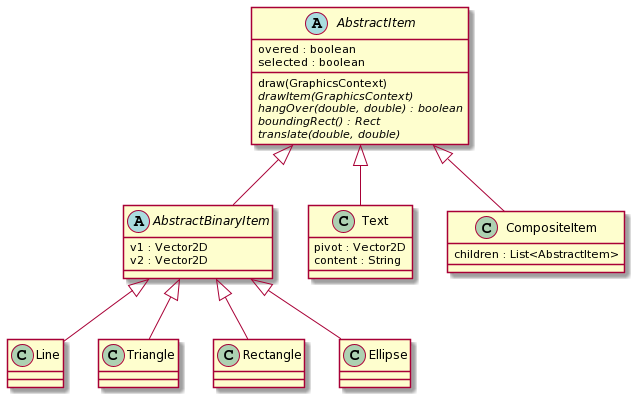
Hoyyyywolf/Images keeps this PlantUML diagram as OOD/item.png. Above is the earlier version. The source it was exported from:
```plantuml
@startuml
abstract class AbstractItem {
overed : boolean
selected : boolean
draw(GraphicsContext)
{abstract} drawItem(GraphicsContext)
{abstract} hangOver(double, double) : boolean
{abstract} boundingRect() : Rect
{abstract} translate(double, double)
}

abstract class AbstractBinaryItem {
v1 : Vector2D
v2 : Vector2D
}

class Text {
pivot : Vector2D
content : String
}

class CompositeItem {
children : List<AbstractItem>
}

AbstractItem <|-- AbstractBinaryItem
AbstractItem <|-- Text
AbstractItem <|-- CompositeItem
AbstractBinaryItem <|-- Line
AbstractBinaryItem <|-- Triangle
AbstractBinaryItem <|-- Rectangle
AbstractBinaryItem <|-- Ellipse
@enduml
```
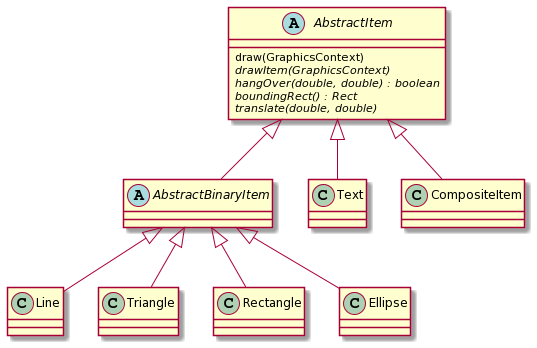
After the commit.

The edit, as a diff of the source:
```diff
@@ -1,7 +1,5 @@
 @startuml
 abstract class AbstractItem {
-overed : boolean
-selected : boolean
 draw(GraphicsContext)
 {abstract} drawItem(GraphicsContext)
 {abstract} hangOver(double, double) : boolean
@@ -9,19 +7,7 @@
 {abstract} translate(double, double)
 }
 
-abstract class AbstractBinaryItem {
-v1 : Vector2D
-v2 : Vector2D
-}
-
-class Text {
-pivot : Vector2D
-content : String
-}
-
-class CompositeItem {
-children : List<AbstractItem>
-}
+abstract class AbstractBinaryItem
 
 AbstractItem <|-- AbstractBinaryItem
 AbstractItem <|-- Text
```
